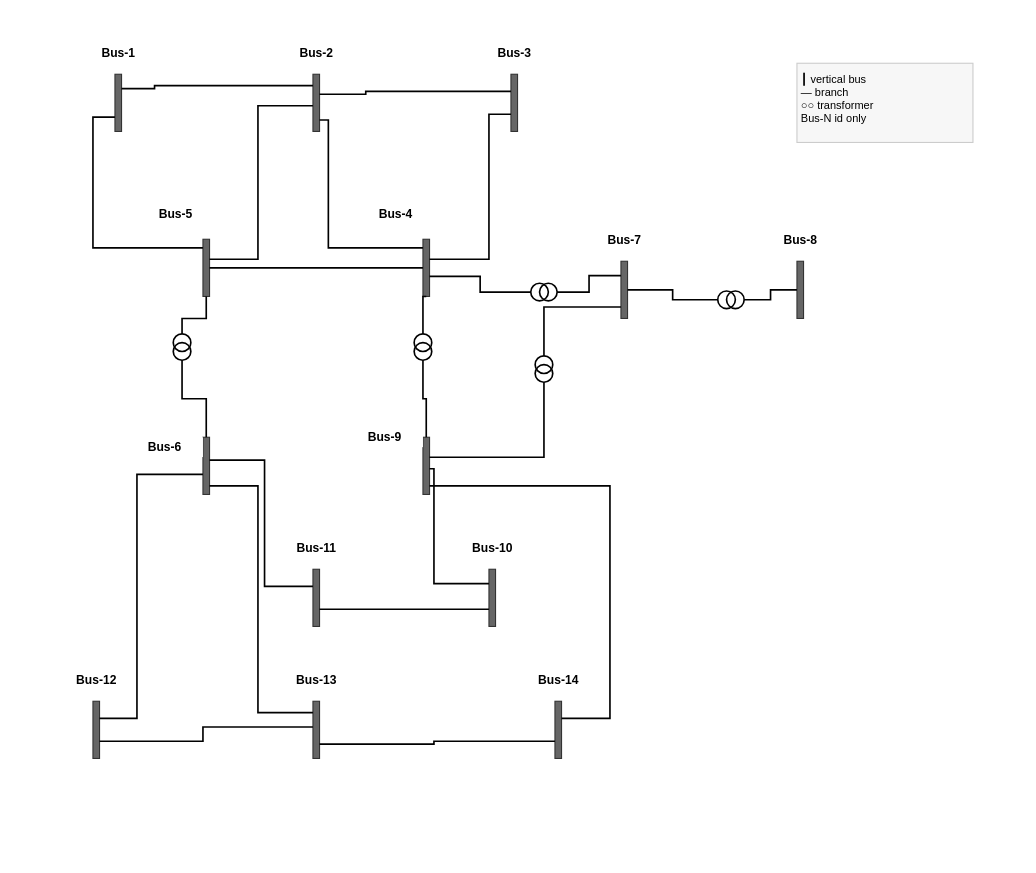
Before: wspace/template/oneline-diagram.drawio in InterPSS-Project/ipss-agent, a draw.io diagram. Source tidied: cells renumbered, new cells numbered last; positions are measured from the earlier drawing's top-left corner, leaving out a move shared by most shapes. Both pictures are drawn from the tidied source at 110%, with x=0, y=0 at pixel (26, 19).
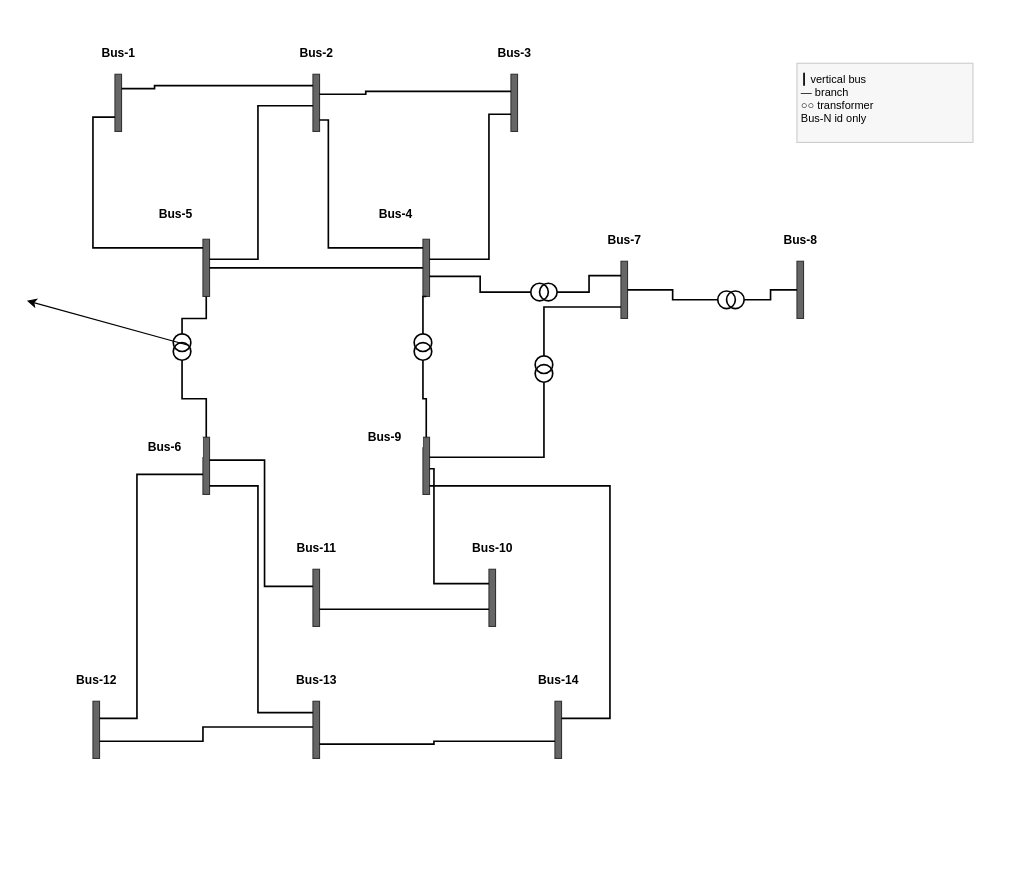
The same page after the edit.

Commit message (it also covers changes not shown here):
Update documentation and add one-line diagram feature for InterPSS cases

The change refers to these unchanged cells:
```xml
<mxCell id="2" style="rounded=0;fillColor=#FFFFFF;strokeColor=none;" parent="1" vertex="1">
  <mxGeometry width="900" height="760" as="geometry" />
</mxCell>
<mxCell id="68" style="ellipse;fillColor=none;strokeColor=#000000;strokeWidth=1.5;" parent="66" vertex="1">
  <mxGeometry y="8" width="16" height="16" as="geometry" />
</mxCell>
```

Change to the diagram source:
```diff
@@
+    <mxCell id="72" style="edgeStyle=none;html=1;exitX=1;exitY=0;exitDx=0;exitDy=0;" parent="1" edge="1" source="68" target="2">
+      <mxGeometry relative="1" as="geometry" />
+    </mxCell>
```
